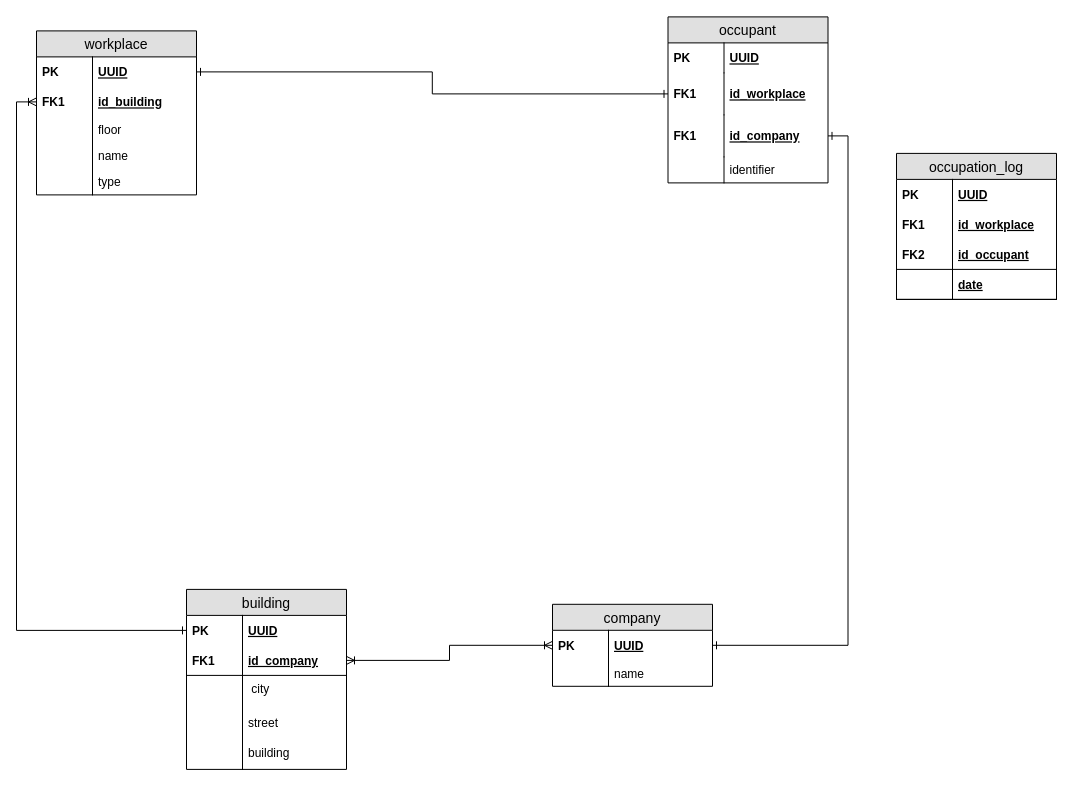
Before: workplace-reservation-service-erd.drawio in Hunkizzz/project-zebra-diagrams, a draw.io diagram. Source tidied: cells renumbered, new cells numbered last; positions are measured from the earlier drawing's top-left corner, leaving out a move shared by most shapes. Both pictures are drawn from the tidied source at 100%, with x=0, y=0 at pixel (36, 16).
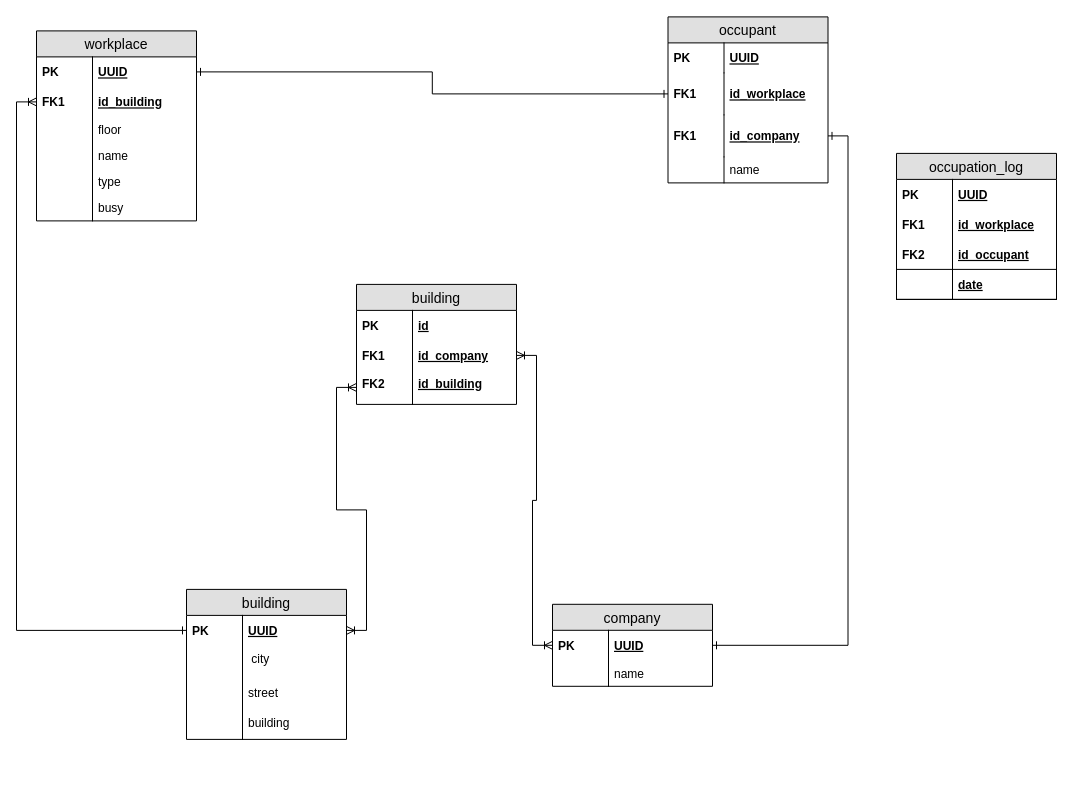
After the change.

Unchanged cells that the change refers to:
```xml
<mxCell id="7" value="occupant" style="swimlane;fontStyle=0;horizontal=1;startSize=26;fillColor=#e0e0e0;swimlaneFillColor=#ffffff;align=center;fontSize=14;" parent="1" vertex="1">
  <mxGeometry x="631.5" y="0.4" width="160" height="166" as="geometry" />
</mxCell>
<mxCell id="38" value="UUID" style="shape=partialRectangle;top=0;left=0;right=0;bottom=0;align=left;verticalAlign=middle;fillColor=none;spacingLeft=60;spacingRight=4;overflow=hidden;points=[[0,0.5],[1,0.5]];portConstraint=eastwest;fontStyle=5;fontSize=12;" parent="37" vertex="1">
  <mxGeometry y="26" width="160" height="30" as="geometry" />
</mxCell>
```

Change to the diagram source:
```diff
@@
-    <mxCell id="14" value="identifier" style="shape=partialRectangle;top=0;left=0;right=0;bottom=0;align=left;verticalAlign=top;fillColor=none;spacingLeft=60;spacingRight=4;overflow=hidden;fontSize=12;" parent="7" vertex="1">
+    <mxCell id="14" value="name" style="shape=partialRectangle;top=0;left=0;right=0;bottom=0;align=left;verticalAlign=top;fillColor=none;spacingLeft=60;spacingRight=4;overflow=hidden;fontSize=12;" parent="7" vertex="1">
       <mxGeometry y="140" width="160" height="26" as="geometry" />
     </mxCell>
@@
     <mxCell id="25" value="workplace" style="swimlane;fontStyle=0;horizontal=1;startSize=26;fillColor=#e0e0e0;swimlaneFillColor=#ffffff;align=center;fontSize=14;" parent="1" vertex="1">
-      <mxGeometry y="14.4" width="160" height="164" as="geometry" />
+      <mxGeometry y="14.4" width="160" height="190" as="geometry" />
     </mxCell>
@@
+    <mxCell id="52" value="busy" style="shape=partialRectangle;top=0;left=0;right=0;bottom=0;align=left;verticalAlign=top;fillColor=none;spacingLeft=60;spacingRight=4;overflow=hidden;fontSize=12;" parent="25" vertex="1">
+      <mxGeometry y="164" width="160" height="26" as="geometry" />
+    </mxCell>
+    <mxCell id="53" style="shape=partialRectangle;top=0;left=0;bottom=0;fillColor=none;align=left;verticalAlign=top;spacingLeft=4;spacingRight=4;overflow=hidden;fontSize=12;" parent="52" vertex="1">
+      <mxGeometry width="56" height="26" as="geometry" />
+    </mxCell>
     <mxCell id="37" value="building" style="swimlane;fontStyle=0;horizontal=1;startSize=26;fillColor=#e0e0e0;swimlaneFillColor=#ffffff;align=center;fontSize=14;" parent="1" vertex="1">
-      <mxGeometry x="150" y="572.9" width="160" height="180" as="geometry" />
+      <mxGeometry x="150" y="572.9" width="160" height="150" as="geometry" />
     </mxCell>
@@
-    <mxCell id="40" value="id_company" style="shape=partialRectangle;top=0;left=0;right=0;bottom=1;align=left;verticalAlign=middle;fillColor=none;spacingLeft=60;spacingRight=4;overflow=hidden;points=[[0,0.5],[1,0.5]];portConstraint=eastwest;fontStyle=5;fontSize=12;" parent="37" vertex="1">
-      <mxGeometry y="56" width="160" height="30" as="geometry" />
-    </mxCell>
-    <mxCell id="41" value="FK1" style="shape=partialRectangle;fontStyle=1;top=0;left=0;bottom=0;fillColor=none;align=left;verticalAlign=middle;spacingLeft=4;spacingRight=4;overflow=hidden;fontSize=12;" parent="40" vertex="1">
-      <mxGeometry width="56" height="30" as="geometry" />
-    </mxCell>
     <mxCell id="42" value=" city&#10;" style="shape=partialRectangle;top=0;left=0;right=0;bottom=0;align=left;verticalAlign=top;fillColor=none;spacingLeft=60;spacingRight=4;overflow=hidden;fontSize=12;" parent="37" vertex="1">
-      <mxGeometry y="86" width="160" height="34" as="geometry" />
+      <mxGeometry y="56" width="160" height="34" as="geometry" />
     </mxCell>
@@
     <mxCell id="44" value="street" style="shape=partialRectangle;top=0;left=0;right=0;bottom=0;align=left;verticalAlign=top;fillColor=none;spacingLeft=60;spacingRight=4;overflow=hidden;fontSize=12;" parent="37" vertex="1">
-      <mxGeometry y="120" width="160" height="30" as="geometry" />
+      <mxGeometry y="90" width="160" height="30" as="geometry" />
     </mxCell>
@@
     <mxCell id="46" value="building" style="shape=partialRectangle;top=0;left=0;right=0;bottom=0;align=left;verticalAlign=top;fillColor=none;spacingLeft=60;spacingRight=4;overflow=hidden;fontSize=12;" parent="37" vertex="1">
-      <mxGeometry y="150" width="160" height="30" as="geometry" />
+      <mxGeometry y="120" width="160" height="30" as="geometry" />
     </mxCell>
@@
+    <mxCell id="54" value="building" style="swimlane;fontStyle=0;horizontal=1;startSize=26;fillColor=#e0e0e0;swimlaneFillColor=#ffffff;align=center;fontSize=14;" parent="1" vertex="1">
+      <mxGeometry x="320" y="267.9" width="160" height="120" as="geometry" />
+    </mxCell>
+    <mxCell id="55" value="id" style="shape=partialRectangle;top=0;left=0;right=0;bottom=0;align=left;verticalAlign=middle;fillColor=none;spacingLeft=60;spacingRight=4;overflow=hidden;fontStyle=5;fontSize=12;" parent="54" vertex="1">
+      <mxGeometry y="26" width="160" height="30" as="geometry" />
+    </mxCell>
+    <mxCell id="56" value="PK" style="shape=partialRectangle;fontStyle=1;top=0;left=0;bottom=0;fillColor=none;align=left;verticalAlign=middle;spacingLeft=4;spacingRight=4;overflow=hidden;fontSize=12;" parent="55" vertex="1">
+      <mxGeometry width="56" height="30" as="geometry" />
+    </mxCell>
+    <mxCell id="40" value="id_company" style="shape=partialRectangle;top=0;left=0;right=0;bottom=1;align=left;verticalAlign=middle;fillColor=none;spacingLeft=60;spacingRight=4;overflow=hidden;points=[[0,0.5],[1,0.5]];portConstraint=eastwest;fontStyle=5;fontSize=12;strokeColor=none;" parent="54" vertex="1">
+      <mxGeometry y="56" width="160" height="30" as="geometry" />
+    </mxCell>
+    <mxCell id="41" value="FK1" style="shape=partialRectangle;fontStyle=1;top=0;left=0;bottom=0;fillColor=none;align=left;verticalAlign=middle;spacingLeft=4;spacingRight=4;overflow=hidden;fontSize=12;" parent="40" vertex="1">
+      <mxGeometry width="56" height="30" as="geometry" />
+    </mxCell>
+    <mxCell id="57" value="id_building" style="shape=partialRectangle;top=0;left=0;right=0;bottom=0;align=left;verticalAlign=top;fillColor=none;spacingLeft=60;spacingRight=4;overflow=hidden;points=[[0,0.5],[1,0.5]];portConstraint=eastwest;fontSize=12;strokeColor=#000000;fontStyle=5;" parent="54" vertex="1">
+      <mxGeometry y="86" width="160" height="34" as="geometry" />
+    </mxCell>
+    <mxCell id="58" value="FK2" style="shape=partialRectangle;top=0;left=0;bottom=0;fillColor=none;align=left;verticalAlign=top;spacingLeft=4;spacingRight=4;overflow=hidden;fontSize=12;fontStyle=1;" parent="57" vertex="1">
+      <mxGeometry width="56" height="34" as="geometry" />
+    </mxCell>
+    <mxCell id="59" style="edgeStyle=orthogonalEdgeStyle;rounded=0;jettySize=auto;html=1;entryX=0;entryY=0.5;entryDx=0;entryDy=0;endArrow=ERoneToMany;endFill=0;startArrow=ERoneToMany;startFill=0;" parent="1" edge="1" source="38" target="57">
+      <mxGeometry relative="1" as="geometry" />
+    </mxCell>
```
